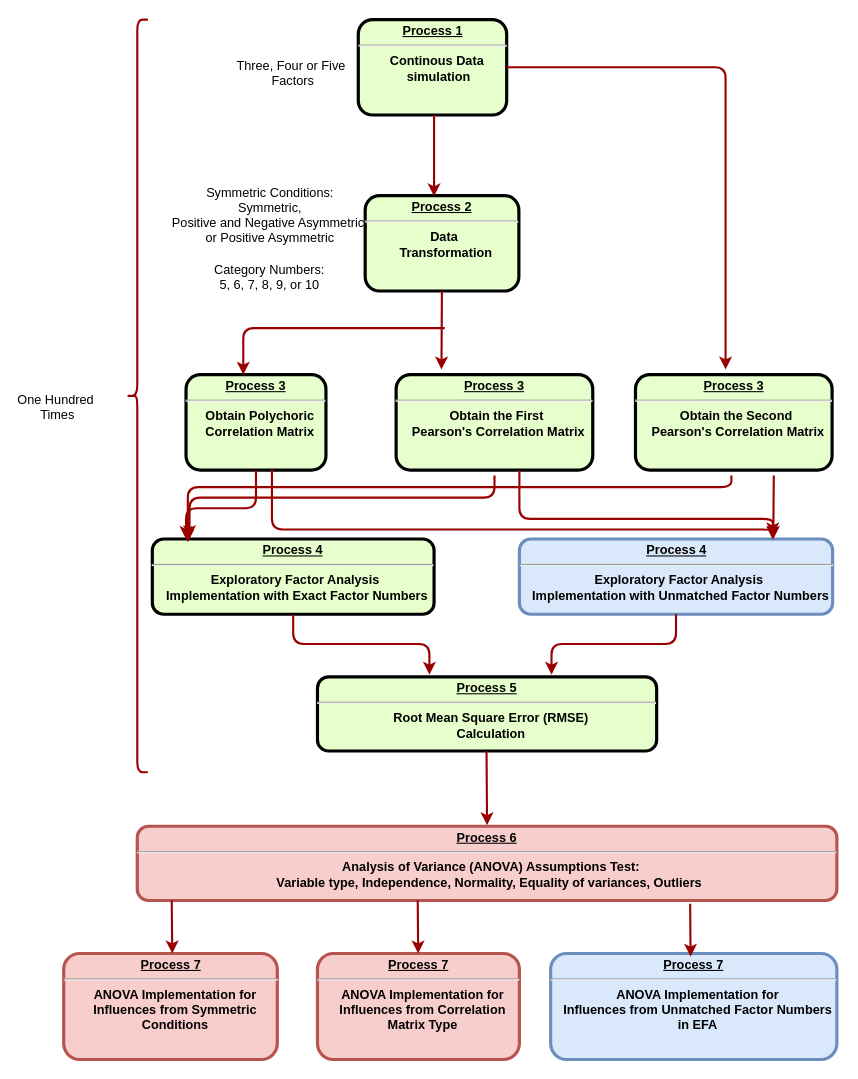
This is 未命名绘图.drawio from yj313155521/Master-Thesis, a draw.io file, before an edit. Source tidied: cells renumbered, new cells numbered last; positions are measured from the earlier drawing's top-left corner, leaving out a move shared by most shapes. Both pictures are drawn from the tidied source at 106%, with x=0, y=0 at pixel (41, 19).
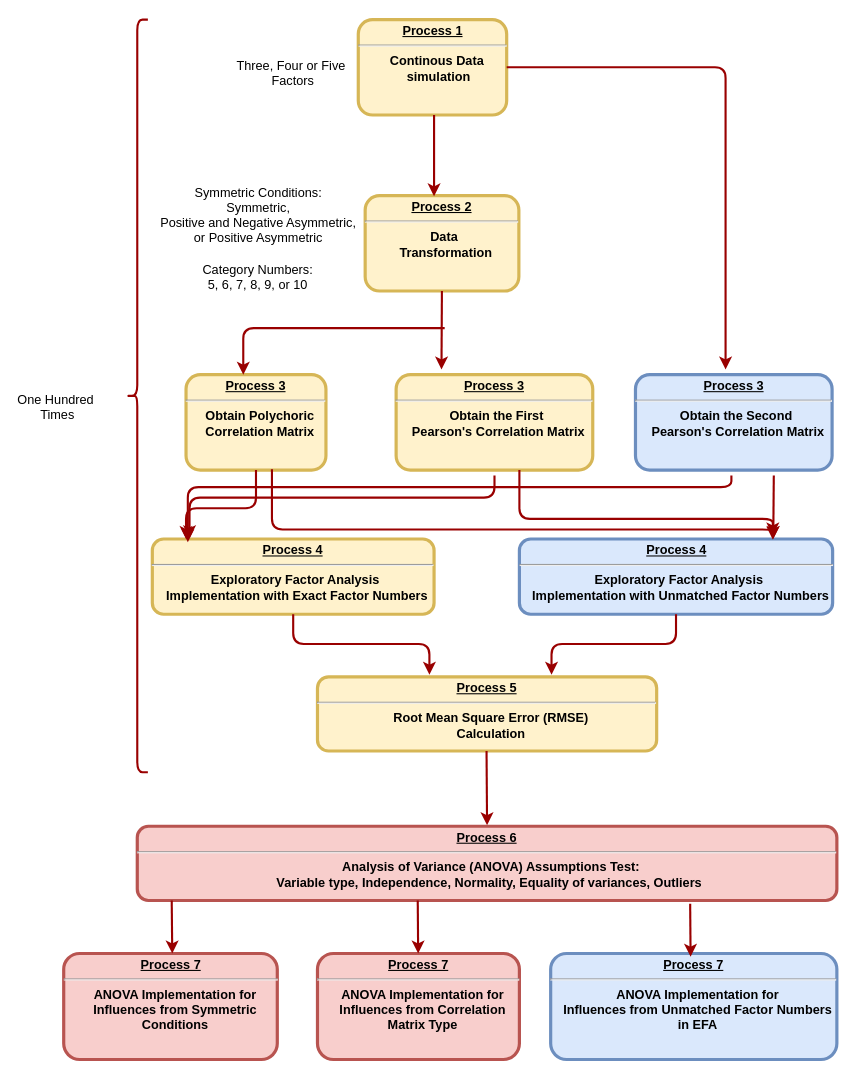
The same diagram, later.

Commit message:
更新未命名绘图.drawio

The edit, as a diff of the source:
```diff
@@
-    <mxCell id="2" value="&lt;p style=&quot;margin: 0px; margin-top: 4px; text-align: center; text-decoration: underline;&quot;&gt;&lt;strong&gt;Process 1&lt;/strong&gt;&lt;/p&gt;&lt;hr&gt;&lt;p style=&quot;margin: 0px; margin-left: 8px;&quot;&gt;Continous Data&lt;/p&gt;&lt;p style=&quot;margin: 0px; margin-left: 8px;&quot;&gt;&amp;nbsp;simulation&lt;/p&gt;" style="verticalAlign=middle;align=center;overflow=fill;fontSize=12;fontFamily=Helvetica;html=1;rounded=1;fontStyle=1;strokeWidth=3;fillColor=#E6FFCC;" parent="1" vertex="1">
+    <mxCell id="2" value="&lt;p style=&quot;margin: 0px; margin-top: 4px; text-align: center; text-decoration: underline;&quot;&gt;&lt;strong&gt;Process 1&lt;/strong&gt;&lt;/p&gt;&lt;hr&gt;&lt;p style=&quot;margin: 0px; margin-left: 8px;&quot;&gt;Continous Data&lt;/p&gt;&lt;p style=&quot;margin: 0px; margin-left: 8px;&quot;&gt;&amp;nbsp;simulation&lt;/p&gt;" style="verticalAlign=middle;align=center;overflow=fill;fontSize=12;fontFamily=Helvetica;html=1;rounded=1;fontStyle=1;strokeWidth=3;fillColor=#fff2cc;strokeColor=#d6b656;fontColor=default;" parent="1" vertex="1">
       <mxGeometry x="298.5" width="140" height="90" as="geometry" />
     </mxCell>
-    <mxCell id="3" value="&lt;p style=&quot;margin: 0px; margin-top: 4px; text-align: center; text-decoration: underline;&quot;&gt;&lt;strong&gt;Process 2&lt;br&gt;&lt;/strong&gt;&lt;/p&gt;&lt;hr&gt;&lt;p style=&quot;margin: 0px; margin-left: 8px;&quot;&gt;Data&amp;nbsp;&lt;/p&gt;&lt;p style=&quot;margin: 0px; margin-left: 8px;&quot;&gt;Transformation&lt;/p&gt;" style="verticalAlign=middle;align=center;overflow=fill;fontSize=12;fontFamily=Helvetica;html=1;rounded=1;fontStyle=1;strokeWidth=3;fillColor=#E6FFCC;" parent="1" vertex="1">
+    <mxCell id="3" value="&lt;p style=&quot;margin: 0px; margin-top: 4px; text-align: center; text-decoration: underline;&quot;&gt;&lt;strong&gt;Process 2&lt;br&gt;&lt;/strong&gt;&lt;/p&gt;&lt;hr&gt;&lt;p style=&quot;margin: 0px; margin-left: 8px;&quot;&gt;Data&amp;nbsp;&lt;/p&gt;&lt;p style=&quot;margin: 0px; margin-left: 8px;&quot;&gt;Transformation&lt;/p&gt;" style="verticalAlign=middle;align=center;overflow=fill;fontSize=12;fontFamily=Helvetica;html=1;rounded=1;fontStyle=1;strokeWidth=3;fillColor=#fff2cc;strokeColor=#d6b656;" parent="1" vertex="1">
       <mxGeometry x="305" y="166" width="145" height="90" as="geometry" />
     </mxCell>
     <mxCell id="4" value="Symmetric Conditions:&#10;Symmetric,&#10;Positive and Negative Asymmetric,&#10;or Positive Asymmetric" style="text;spacingTop=-5;align=center;" parent="1" vertex="1">
-      <mxGeometry x="155.5" y="155.2" width="120" height="39" as="geometry" />
+      <mxGeometry x="144.5" y="155.2" width="120" height="39" as="geometry" />
     </mxCell>
@@
     <mxCell id="8" value="Category Numbers:&#10;5, 6, 7, 8, 9, or 10" style="text;spacingTop=-5;align=center;" parent="1" vertex="1">
-      <mxGeometry x="155" y="227.8" width="120" height="39" as="geometry" />
+      <mxGeometry x="144" y="227.8" width="120" height="39" as="geometry" />
     </mxCell>
-    <mxCell id="9" value="&lt;p style=&quot;margin: 0px; margin-top: 4px; text-align: center; text-decoration: underline;&quot;&gt;&lt;strong&gt;Process 3&lt;br&gt;&lt;/strong&gt;&lt;/p&gt;&lt;hr&gt;&lt;p style=&quot;margin: 0px; margin-left: 8px;&quot;&gt;Obtain Polychoric&lt;/p&gt;&lt;p style=&quot;margin: 0px; margin-left: 8px;&quot;&gt;&lt;span style=&quot;background-color: initial;&quot;&gt;Correlation Matrix&lt;/span&gt;&lt;/p&gt;" style="verticalAlign=middle;align=center;overflow=fill;fontSize=12;fontFamily=Helvetica;html=1;rounded=1;fontStyle=1;strokeWidth=3;fillColor=#E6FFCC;" parent="1" vertex="1">
+    <mxCell id="9" value="&lt;p style=&quot;margin: 0px; margin-top: 4px; text-align: center; text-decoration: underline;&quot;&gt;&lt;strong&gt;Process 3&lt;br&gt;&lt;/strong&gt;&lt;/p&gt;&lt;hr&gt;&lt;p style=&quot;margin: 0px; margin-left: 8px;&quot;&gt;Obtain Polychoric&lt;/p&gt;&lt;p style=&quot;margin: 0px; margin-left: 8px;&quot;&gt;&lt;span style=&quot;background-color: initial;&quot;&gt;Correlation Matrix&lt;/span&gt;&lt;/p&gt;" style="verticalAlign=middle;align=center;overflow=fill;fontSize=12;fontFamily=Helvetica;html=1;rounded=1;fontStyle=1;strokeWidth=3;fillColor=#fff2cc;strokeColor=#d6b656;" parent="1" vertex="1">
       <mxGeometry x="136" y="335" width="132" height="90" as="geometry" />
     </mxCell>
@@
-    <mxCell id="11" value="&lt;p style=&quot;margin: 0px; margin-top: 4px; text-align: center; text-decoration: underline;&quot;&gt;&lt;strong&gt;Process 3&lt;br&gt;&lt;/strong&gt;&lt;/p&gt;&lt;hr&gt;&lt;p style=&quot;margin: 0px; margin-left: 8px;&quot;&gt;Obtain the First&amp;nbsp;&lt;/p&gt;&lt;p style=&quot;margin: 0px; margin-left: 8px;&quot;&gt;Pearson's Correlation Matrix&lt;/p&gt;" style="verticalAlign=middle;align=center;overflow=fill;fontSize=12;fontFamily=Helvetica;html=1;rounded=1;fontStyle=1;strokeWidth=3;fillColor=#E6FFCC;" parent="1" vertex="1">
+    <mxCell id="11" value="&lt;p style=&quot;margin: 0px; margin-top: 4px; text-align: center; text-decoration: underline;&quot;&gt;&lt;strong&gt;Process 3&lt;br&gt;&lt;/strong&gt;&lt;/p&gt;&lt;hr&gt;&lt;p style=&quot;margin: 0px; margin-left: 8px;&quot;&gt;Obtain the First&amp;nbsp;&lt;/p&gt;&lt;p style=&quot;margin: 0px; margin-left: 8px;&quot;&gt;Pearson's Correlation Matrix&lt;/p&gt;" style="verticalAlign=middle;align=center;overflow=fill;fontSize=12;fontFamily=Helvetica;html=1;rounded=1;fontStyle=1;strokeWidth=3;fillColor=#fff2cc;strokeColor=#d6b656;" parent="1" vertex="1">
       <mxGeometry x="334.2" y="335" width="185.5" height="90" as="geometry" />
     </mxCell>
@@
-    <mxCell id="13" value="&lt;p style=&quot;margin: 0px; margin-top: 4px; text-align: center; text-decoration: underline;&quot;&gt;&lt;strong&gt;Process 3&lt;br&gt;&lt;/strong&gt;&lt;/p&gt;&lt;hr&gt;&lt;p style=&quot;margin: 0px; margin-left: 8px;&quot;&gt;Obtain the Second&amp;nbsp;&lt;/p&gt;&lt;p style=&quot;margin: 0px; margin-left: 8px;&quot;&gt;Pearson's Correlation Matrix&lt;/p&gt;" style="verticalAlign=middle;align=center;overflow=fill;fontSize=12;fontFamily=Helvetica;html=1;rounded=1;fontStyle=1;strokeWidth=3;fillColor=#E6FFCC;" parent="1" vertex="1">
+    <mxCell id="13" value="&lt;p style=&quot;margin: 0px; margin-top: 4px; text-align: center; text-decoration: underline;&quot;&gt;&lt;strong&gt;Process 3&lt;br&gt;&lt;/strong&gt;&lt;/p&gt;&lt;hr&gt;&lt;p style=&quot;margin: 0px; margin-left: 8px;&quot;&gt;Obtain the Second&amp;nbsp;&lt;/p&gt;&lt;p style=&quot;margin: 0px; margin-left: 8px;&quot;&gt;Pearson's Correlation Matrix&lt;/p&gt;" style="verticalAlign=middle;align=center;overflow=fill;fontSize=12;fontFamily=Helvetica;html=1;rounded=1;fontStyle=1;strokeWidth=3;fillColor=#dae8fc;strokeColor=#6c8ebf;fontColor=default;" parent="1" vertex="1">
       <mxGeometry x="560" y="335" width="185.5" height="90" as="geometry" />
     </mxCell>
@@
-    <mxCell id="15" value="&lt;p style=&quot;margin: 0px; margin-top: 4px; text-align: center; text-decoration: underline;&quot;&gt;&lt;strong&gt;Process 4&lt;br&gt;&lt;/strong&gt;&lt;/p&gt;&lt;hr&gt;&lt;p style=&quot;margin: 0px; margin-left: 8px;&quot;&gt;Exploratory Factor Analysis&amp;nbsp;&lt;/p&gt;&lt;p style=&quot;margin: 0px; margin-left: 8px;&quot;&gt;Implementation with Exact Factor Numbers&lt;/p&gt;" style="verticalAlign=middle;align=center;overflow=fill;fontSize=12;fontFamily=Helvetica;html=1;rounded=1;fontStyle=1;strokeWidth=3;fillColor=#E6FFCC;" parent="1" vertex="1">
+    <mxCell id="15" value="&lt;p style=&quot;margin: 0px; margin-top: 4px; text-align: center; text-decoration: underline;&quot;&gt;&lt;strong&gt;Process 4&lt;br&gt;&lt;/strong&gt;&lt;/p&gt;&lt;hr&gt;&lt;p style=&quot;margin: 0px; margin-left: 8px;&quot;&gt;Exploratory Factor Analysis&amp;nbsp;&lt;/p&gt;&lt;p style=&quot;margin: 0px; margin-left: 8px;&quot;&gt;Implementation with Exact Factor Numbers&lt;/p&gt;" style="verticalAlign=middle;align=center;overflow=fill;fontSize=12;fontFamily=Helvetica;html=1;rounded=1;fontStyle=1;strokeWidth=3;fillColor=#fff2cc;strokeColor=#d6b656;" parent="1" vertex="1">
       <mxGeometry x="104.2" y="490" width="265.8" height="71" as="geometry" />
     </mxCell>
@@
-    <mxCell id="19" value="&lt;p style=&quot;margin: 0px; margin-top: 4px; text-align: center; text-decoration: underline;&quot;&gt;&lt;strong&gt;Process 5&lt;br&gt;&lt;/strong&gt;&lt;/p&gt;&lt;hr&gt;&lt;p style=&quot;margin: 0px; margin-left: 8px;&quot;&gt;Root Mean Square Error (RMSE)&lt;/p&gt;&lt;p style=&quot;margin: 0px; margin-left: 8px;&quot;&gt;Calculation&lt;/p&gt;" style="verticalAlign=middle;align=center;overflow=fill;fontSize=12;fontFamily=Helvetica;html=1;rounded=1;fontStyle=1;strokeWidth=3;fillColor=#E6FFCC;" parent="1" vertex="1">
+    <mxCell id="19" value="&lt;p style=&quot;margin: 0px; margin-top: 4px; text-align: center; text-decoration: underline;&quot;&gt;&lt;strong&gt;Process 5&lt;br&gt;&lt;/strong&gt;&lt;/p&gt;&lt;hr&gt;&lt;p style=&quot;margin: 0px; margin-left: 8px;&quot;&gt;Root Mean Square Error (RMSE)&lt;/p&gt;&lt;p style=&quot;margin: 0px; margin-left: 8px;&quot;&gt;Calculation&lt;/p&gt;" style="verticalAlign=middle;align=center;overflow=fill;fontSize=12;fontFamily=Helvetica;html=1;rounded=1;fontStyle=1;strokeWidth=3;fillColor=#fff2cc;strokeColor=#d6b656;fontColor=default;" parent="1" vertex="1">
       <mxGeometry x="260" y="620" width="320" height="70" as="geometry" />
     </mxCell>
```
